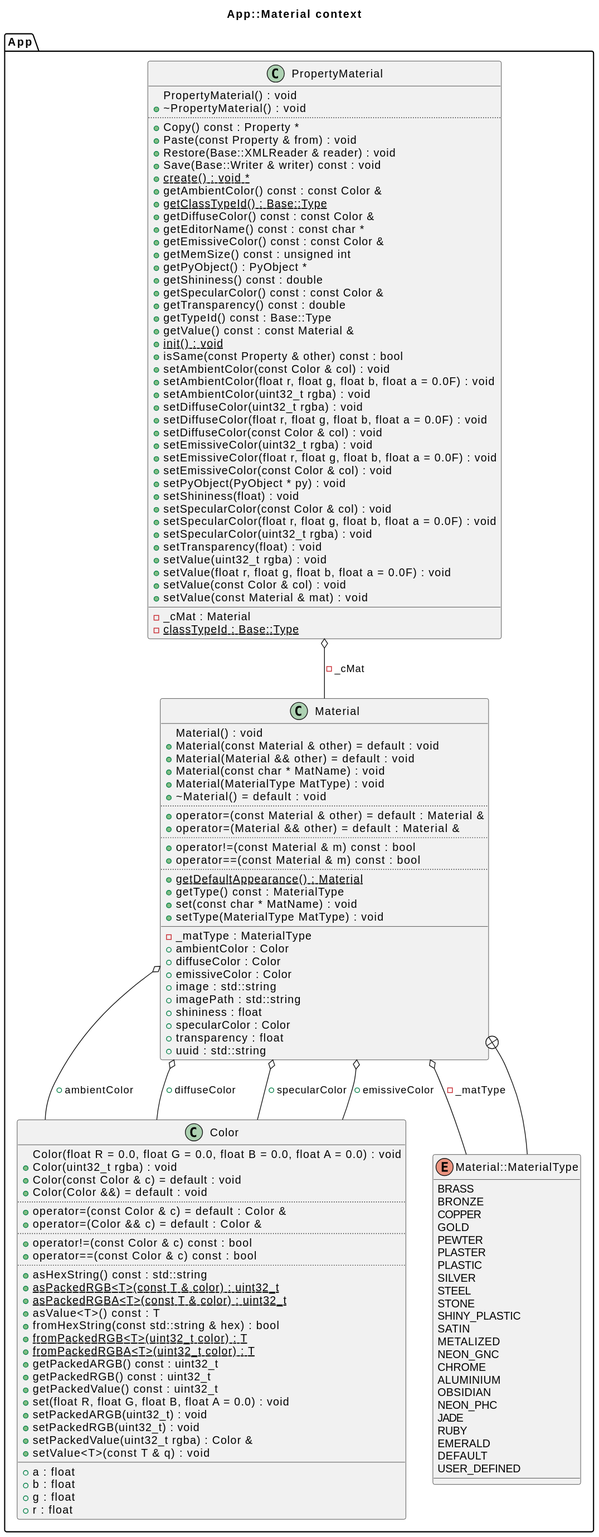
Earlier version of the PlantUML export freecad/diagrams/app_Material.svg (bkryza/clang-uml-examples). Source of this version:
```plantuml
@startuml
title App::Material context
package [App] as C_0018282610363821501524 {
class "Color" as C_0007151109991894271781
class C_0007151109991894271781 [[https://github.com/FreeCAD/FreeCAD/blob/2fcc5317fe3aee96ca73475986a577719fc78e20/src/App/Color.h#L40{Color}]] {
+Color(float R = 0.0, float G = 0.0, float B = 0.0, float A = 0.0) : void [[[https://github.com/FreeCAD/FreeCAD/blob/2fcc5317fe3aee96ca73475986a577719fc78e20/src/App/Color.h#L47{Color}]]]
+Color(uint32_t rgba) : void [[[https://github.com/FreeCAD/FreeCAD/blob/2fcc5317fe3aee96ca73475986a577719fc78e20/src/App/Color.h#L53{Color}]]]
+Color(const Color & c) = default : void [[[https://github.com/FreeCAD/FreeCAD/blob/2fcc5317fe3aee96ca73475986a577719fc78e20/src/App/Color.h#L56{Color}]]]
+Color(Color &&) = default : void [[[https://github.com/FreeCAD/FreeCAD/blob/2fcc5317fe3aee96ca73475986a577719fc78e20/src/App/Color.h#L57{Color}]]]
..
+operator=(const Color & c) = default : Color & [[[https://github.com/FreeCAD/FreeCAD/blob/2fcc5317fe3aee96ca73475986a577719fc78e20/src/App/Color.h#L67{operator=}]]]
+operator=(Color && c) = default : Color & [[[https://github.com/FreeCAD/FreeCAD/blob/2fcc5317fe3aee96ca73475986a577719fc78e20/src/App/Color.h#L68{operator=}]]]
..
+operator!=(const Color & c) const : bool [[[https://github.com/FreeCAD/FreeCAD/blob/2fcc5317fe3aee96ca73475986a577719fc78e20/src/App/Color.h#L61{operator!=}]]]
+operator==(const Color & c) const : bool [[[https://github.com/FreeCAD/FreeCAD/blob/2fcc5317fe3aee96ca73475986a577719fc78e20/src/App/Color.h#L60{operator==}]]]
..
+asHexString() const : std::string [[[https://github.com/FreeCAD/FreeCAD/blob/2fcc5317fe3aee96ca73475986a577719fc78e20/src/App/Color.h#L143{asHexString}]]]
{static} +asPackedRGB<T>(const T & color) : uint32_t
{static} +asPackedRGBA<T>(const T & color) : uint32_t
+asValue<T>() const : T
+fromHexString(const std::string & hex) : bool [[[https://github.com/FreeCAD/FreeCAD/blob/2fcc5317fe3aee96ca73475986a577719fc78e20/src/App/Color.h#L149{fromHexString}]]]
{static} +fromPackedRGB<T>(uint32_t color) : T
{static} +fromPackedRGBA<T>(uint32_t color) : T
+getPackedARGB() const : uint32_t [[[https://github.com/FreeCAD/FreeCAD/blob/2fcc5317fe3aee96ca73475986a577719fc78e20/src/App/Color.h#L94{getPackedARGB}]]]
+getPackedRGB() const : uint32_t [[[https://github.com/FreeCAD/FreeCAD/blob/2fcc5317fe3aee96ca73475986a577719fc78e20/src/App/Color.h#L86{getPackedRGB}]]]
+getPackedValue() const : uint32_t [[[https://github.com/FreeCAD/FreeCAD/blob/2fcc5317fe3aee96ca73475986a577719fc78e20/src/App/Color.h#L82{getPackedValue}]]]
+set(float R, float G, float B, float A = 0.0) : void [[[https://github.com/FreeCAD/FreeCAD/blob/2fcc5317fe3aee96ca73475986a577719fc78e20/src/App/Color.h#L66{set}]]]
+setPackedARGB(uint32_t) : void [[[https://github.com/FreeCAD/FreeCAD/blob/2fcc5317fe3aee96ca73475986a577719fc78e20/src/App/Color.h#L98{setPackedARGB}]]]
+setPackedRGB(uint32_t) : void [[[https://github.com/FreeCAD/FreeCAD/blob/2fcc5317fe3aee96ca73475986a577719fc78e20/src/App/Color.h#L90{setPackedRGB}]]]
+setPackedValue(uint32_t rgba) : Color & [[[https://github.com/FreeCAD/FreeCAD/blob/2fcc5317fe3aee96ca73475986a577719fc78e20/src/App/Color.h#L76{setPackedValue}]]]
+setValue<T>(const T & q) : void
__
+a : float [[[https://github.com/FreeCAD/FreeCAD/blob/2fcc5317fe3aee96ca73475986a577719fc78e20/src/App/Color.h#L152{a}]]]
+b : float [[[https://github.com/FreeCAD/FreeCAD/blob/2fcc5317fe3aee96ca73475986a577719fc78e20/src/App/Color.h#L152{b}]]]
+g : float [[[https://github.com/FreeCAD/FreeCAD/blob/2fcc5317fe3aee96ca73475986a577719fc78e20/src/App/Color.h#L152{g}]]]
+r : float [[[https://github.com/FreeCAD/FreeCAD/blob/2fcc5317fe3aee96ca73475986a577719fc78e20/src/App/Color.h#L152{r}]]]
}
class "Material" as C_0011932603888482871764
class C_0011932603888482871764 [[https://github.com/FreeCAD/FreeCAD/blob/2fcc5317fe3aee96ca73475986a577719fc78e20/src/App/Material.h#L34{Material}]] {
+Material() : void [[[https://github.com/FreeCAD/FreeCAD/blob/2fcc5317fe3aee96ca73475986a577719fc78e20/src/App/Material.h#L69{Material}]]]
+Material(const Material & other) = default : void [[[https://github.com/FreeCAD/FreeCAD/blob/2fcc5317fe3aee96ca73475986a577719fc78e20/src/App/Material.h#L72{Material}]]]
+Material(Material && other) = default : void [[[https://github.com/FreeCAD/FreeCAD/blob/2fcc5317fe3aee96ca73475986a577719fc78e20/src/App/Material.h#L73{Material}]]]
+Material(const char * MatName) : void [[[https://github.com/FreeCAD/FreeCAD/blob/2fcc5317fe3aee96ca73475986a577719fc78e20/src/App/Material.h#L77{Material}]]]
+Material(MaterialType MatType) : void [[[https://github.com/FreeCAD/FreeCAD/blob/2fcc5317fe3aee96ca73475986a577719fc78e20/src/App/Material.h#L80{Material}]]]
+~Material() = default : void [[[https://github.com/FreeCAD/FreeCAD/blob/2fcc5317fe3aee96ca73475986a577719fc78e20/src/App/Material.h#L70{~Material}]]]
..
+operator=(const Material & other) = default : Material & [[[https://github.com/FreeCAD/FreeCAD/blob/2fcc5317fe3aee96ca73475986a577719fc78e20/src/App/Material.h#L159{operator=}]]]
+operator=(Material && other) = default : Material & [[[https://github.com/FreeCAD/FreeCAD/blob/2fcc5317fe3aee96ca73475986a577719fc78e20/src/App/Material.h#L160{operator=}]]]
..
+operator!=(const Material & m) const : bool [[[https://github.com/FreeCAD/FreeCAD/blob/2fcc5317fe3aee96ca73475986a577719fc78e20/src/App/Material.h#L155{operator!=}]]]
+operator==(const Material & m) const : bool [[[https://github.com/FreeCAD/FreeCAD/blob/2fcc5317fe3aee96ca73475986a577719fc78e20/src/App/Material.h#L140{operator==}]]]
..
{static} +getDefaultAppearance() : Material [[[https://github.com/FreeCAD/FreeCAD/blob/2fcc5317fe3aee96ca73475986a577719fc78e20/src/App/Material.h#L162{getDefaultAppearance}]]]
+getType() const : MaterialType [[[https://github.com/FreeCAD/FreeCAD/blob/2fcc5317fe3aee96ca73475986a577719fc78e20/src/App/Material.h#L120{getType}]]]
+set(const char * MatName) : void [[[https://github.com/FreeCAD/FreeCAD/blob/2fcc5317fe3aee96ca73475986a577719fc78e20/src/App/Material.h#L111{set}]]]
+setType(MaterialType MatType) : void [[[https://github.com/FreeCAD/FreeCAD/blob/2fcc5317fe3aee96ca73475986a577719fc78e20/src/App/Material.h#L116{setType}]]]
__
-_matType : MaterialType [[[https://github.com/FreeCAD/FreeCAD/blob/2fcc5317fe3aee96ca73475986a577719fc78e20/src/App/Material.h#L165{_matType}]]]
+ambientColor : Color [[[https://github.com/FreeCAD/FreeCAD/blob/2fcc5317fe3aee96ca73475986a577719fc78e20/src/App/Material.h#L128{ambientColor}]]]
+diffuseColor : Color [[[https://github.com/FreeCAD/FreeCAD/blob/2fcc5317fe3aee96ca73475986a577719fc78e20/src/App/Material.h#L129{diffuseColor}]]]
+emissiveColor : Color [[[https://github.com/FreeCAD/FreeCAD/blob/2fcc5317fe3aee96ca73475986a577719fc78e20/src/App/Material.h#L131{emissiveColor}]]]
+image : std::string [[[https://github.com/FreeCAD/FreeCAD/blob/2fcc5317fe3aee96ca73475986a577719fc78e20/src/App/Material.h#L134{image}]]]
+imagePath : std::string [[[https://github.com/FreeCAD/FreeCAD/blob/2fcc5317fe3aee96ca73475986a577719fc78e20/src/App/Material.h#L135{imagePath}]]]
+shininess : float [[[https://github.com/FreeCAD/FreeCAD/blob/2fcc5317fe3aee96ca73475986a577719fc78e20/src/App/Material.h#L132{shininess}]]]
+specularColor : Color [[[https://github.com/FreeCAD/FreeCAD/blob/2fcc5317fe3aee96ca73475986a577719fc78e20/src/App/Material.h#L130{specularColor}]]]
+transparency : float [[[https://github.com/FreeCAD/FreeCAD/blob/2fcc5317fe3aee96ca73475986a577719fc78e20/src/App/Material.h#L133{transparency}]]]
+uuid : std::string [[[https://github.com/FreeCAD/FreeCAD/blob/2fcc5317fe3aee96ca73475986a577719fc78e20/src/App/Material.h#L136{uuid}]]]
}
enum "Material::MaterialType" as C_0014576806863920019546
enum C_0014576806863920019546 [[https://github.com/FreeCAD/FreeCAD/blob/2fcc5317fe3aee96ca73475986a577719fc78e20/src/App/Material.h#L37{Material::MaterialType}]] {
BRASS
BRONZE
COPPER
GOLD
PEWTER
PLASTER
PLASTIC
SILVER
STEEL
STONE
SHINY_PLASTIC
SATIN
METALIZED
NEON_GNC
CHROME
ALUMINIUM
OBSIDIAN
NEON_PHC
JADE
RUBY
EMERALD
DEFAULT
USER_DEFINED
}
class "PropertyMaterial" as C_0006865239829155458824
class C_0006865239829155458824 [[https://github.com/FreeCAD/FreeCAD/blob/2fcc5317fe3aee96ca73475986a577719fc78e20/src/App/PropertyStandard.h#L1020{PropertyMaterial}]] {
+PropertyMaterial() : void [[[https://github.com/FreeCAD/FreeCAD/blob/2fcc5317fe3aee96ca73475986a577719fc78e20/src/App/PropertyStandard.h#L1029{PropertyMaterial}]]]
+~PropertyMaterial() : void [[[https://github.com/FreeCAD/FreeCAD/blob/2fcc5317fe3aee96ca73475986a577719fc78e20/src/App/PropertyStandard.h#L1035{~PropertyMaterial}]]]
..
+Copy() const : Property * [[[https://github.com/FreeCAD/FreeCAD/blob/2fcc5317fe3aee96ca73475986a577719fc78e20/src/App/PropertyStandard.h#L1076{Copy}]]]
+Paste(const Property & from) : void [[[https://github.com/FreeCAD/FreeCAD/blob/2fcc5317fe3aee96ca73475986a577719fc78e20/src/App/PropertyStandard.h#L1077{Paste}]]]
+Restore(Base::XMLReader & reader) : void [[[https://github.com/FreeCAD/FreeCAD/blob/2fcc5317fe3aee96ca73475986a577719fc78e20/src/App/PropertyStandard.h#L1072{Restore}]]]
+Save(Base::Writer & writer) const : void [[[https://github.com/FreeCAD/FreeCAD/blob/2fcc5317fe3aee96ca73475986a577719fc78e20/src/App/PropertyStandard.h#L1071{Save}]]]
{static} +create() : void * [[[https://github.com/FreeCAD/FreeCAD/blob/2fcc5317fe3aee96ca73475986a577719fc78e20/src/Base/BaseClass.h#L52{create}]]]
+getAmbientColor() const : const Color & [[[https://github.com/FreeCAD/FreeCAD/blob/2fcc5317fe3aee96ca73475986a577719fc78e20/src/App/PropertyStandard.h#L1061{getAmbientColor}]]]
{static} +getClassTypeId() : Base::Type [[[https://github.com/FreeCAD/FreeCAD/blob/2fcc5317fe3aee96ca73475986a577719fc78e20/src/Base/BaseClass.h#L49{getClassTypeId}]]]
+getDiffuseColor() const : const Color & [[[https://github.com/FreeCAD/FreeCAD/blob/2fcc5317fe3aee96ca73475986a577719fc78e20/src/App/PropertyStandard.h#L1062{getDiffuseColor}]]]
+getEditorName() const : const char * [[[https://github.com/FreeCAD/FreeCAD/blob/2fcc5317fe3aee96ca73475986a577719fc78e20/src/App/PropertyStandard.h#L1074{getEditorName}]]]
+getEmissiveColor() const : const Color & [[[https://github.com/FreeCAD/FreeCAD/blob/2fcc5317fe3aee96ca73475986a577719fc78e20/src/App/PropertyStandard.h#L1064{getEmissiveColor}]]]
+getMemSize() const : unsigned int [[[https://github.com/FreeCAD/FreeCAD/blob/2fcc5317fe3aee96ca73475986a577719fc78e20/src/App/PropertyStandard.h#L1079{getMemSize}]]]
+getPyObject() : PyObject * [[[https://github.com/FreeCAD/FreeCAD/blob/2fcc5317fe3aee96ca73475986a577719fc78e20/src/App/PropertyStandard.h#L1068{getPyObject}]]]
+getShininess() const : double [[[https://github.com/FreeCAD/FreeCAD/blob/2fcc5317fe3aee96ca73475986a577719fc78e20/src/App/PropertyStandard.h#L1065{getShininess}]]]
+getSpecularColor() const : const Color & [[[https://github.com/FreeCAD/FreeCAD/blob/2fcc5317fe3aee96ca73475986a577719fc78e20/src/App/PropertyStandard.h#L1063{getSpecularColor}]]]
+getTransparency() const : double [[[https://github.com/FreeCAD/FreeCAD/blob/2fcc5317fe3aee96ca73475986a577719fc78e20/src/App/PropertyStandard.h#L1066{getTransparency}]]]
+getTypeId() const : Base::Type [[[https://github.com/FreeCAD/FreeCAD/blob/2fcc5317fe3aee96ca73475986a577719fc78e20/src/Base/BaseClass.h#L50{getTypeId}]]]
+getValue() const : const Material & [[[https://github.com/FreeCAD/FreeCAD/blob/2fcc5317fe3aee96ca73475986a577719fc78e20/src/App/PropertyStandard.h#L1060{getValue}]]]
{static} +init() : void [[[https://github.com/FreeCAD/FreeCAD/blob/2fcc5317fe3aee96ca73475986a577719fc78e20/src/Base/BaseClass.h#L51{init}]]]
+isSame(const Property & other) const : bool [[[https://github.com/FreeCAD/FreeCAD/blob/2fcc5317fe3aee96ca73475986a577719fc78e20/src/App/PropertyStandard.h#L1084{isSame}]]]
+setAmbientColor(const Color & col) : void [[[https://github.com/FreeCAD/FreeCAD/blob/2fcc5317fe3aee96ca73475986a577719fc78e20/src/App/PropertyStandard.h#L1043{setAmbientColor}]]]
+setAmbientColor(float r, float g, float b, float a = 0.0F) : void [[[https://github.com/FreeCAD/FreeCAD/blob/2fcc5317fe3aee96ca73475986a577719fc78e20/src/App/PropertyStandard.h#L1044{setAmbientColor}]]]
+setAmbientColor(uint32_t rgba) : void [[[https://github.com/FreeCAD/FreeCAD/blob/2fcc5317fe3aee96ca73475986a577719fc78e20/src/App/PropertyStandard.h#L1045{setAmbientColor}]]]
+setDiffuseColor(uint32_t rgba) : void [[[https://github.com/FreeCAD/FreeCAD/blob/2fcc5317fe3aee96ca73475986a577719fc78e20/src/App/PropertyStandard.h#L1048{setDiffuseColor}]]]
+setDiffuseColor(float r, float g, float b, float a = 0.0F) : void [[[https://github.com/FreeCAD/FreeCAD/blob/2fcc5317fe3aee96ca73475986a577719fc78e20/src/App/PropertyStandard.h#L1047{setDiffuseColor}]]]
+setDiffuseColor(const Color & col) : void [[[https://github.com/FreeCAD/FreeCAD/blob/2fcc5317fe3aee96ca73475986a577719fc78e20/src/App/PropertyStandard.h#L1046{setDiffuseColor}]]]
+setEmissiveColor(uint32_t rgba) : void [[[https://github.com/FreeCAD/FreeCAD/blob/2fcc5317fe3aee96ca73475986a577719fc78e20/src/App/PropertyStandard.h#L1054{setEmissiveColor}]]]
+setEmissiveColor(float r, float g, float b, float a = 0.0F) : void [[[https://github.com/FreeCAD/FreeCAD/blob/2fcc5317fe3aee96ca73475986a577719fc78e20/src/App/PropertyStandard.h#L1053{setEmissiveColor}]]]
+setEmissiveColor(const Color & col) : void [[[https://github.com/FreeCAD/FreeCAD/blob/2fcc5317fe3aee96ca73475986a577719fc78e20/src/App/PropertyStandard.h#L1052{setEmissiveColor}]]]
+setPyObject(PyObject * py) : void [[[https://github.com/FreeCAD/FreeCAD/blob/2fcc5317fe3aee96ca73475986a577719fc78e20/src/App/PropertyStandard.h#L1069{setPyObject}]]]
+setShininess(float) : void [[[https://github.com/FreeCAD/FreeCAD/blob/2fcc5317fe3aee96ca73475986a577719fc78e20/src/App/PropertyStandard.h#L1055{setShininess}]]]
+setSpecularColor(const Color & col) : void [[[https://github.com/FreeCAD/FreeCAD/blob/2fcc5317fe3aee96ca73475986a577719fc78e20/src/App/PropertyStandard.h#L1049{setSpecularColor}]]]
+setSpecularColor(float r, float g, float b, float a = 0.0F) : void [[[https://github.com/FreeCAD/FreeCAD/blob/2fcc5317fe3aee96ca73475986a577719fc78e20/src/App/PropertyStandard.h#L1050{setSpecularColor}]]]
+setSpecularColor(uint32_t rgba) : void [[[https://github.com/FreeCAD/FreeCAD/blob/2fcc5317fe3aee96ca73475986a577719fc78e20/src/App/PropertyStandard.h#L1051{setSpecularColor}]]]
+setTransparency(float) : void [[[https://github.com/FreeCAD/FreeCAD/blob/2fcc5317fe3aee96ca73475986a577719fc78e20/src/App/PropertyStandard.h#L1056{setTransparency}]]]
+setValue(uint32_t rgba) : void [[[https://github.com/FreeCAD/FreeCAD/blob/2fcc5317fe3aee96ca73475986a577719fc78e20/src/App/PropertyStandard.h#L1042{setValue}]]]
+setValue(float r, float g, float b, float a = 0.0F) : void [[[https://github.com/FreeCAD/FreeCAD/blob/2fcc5317fe3aee96ca73475986a577719fc78e20/src/App/PropertyStandard.h#L1041{setValue}]]]
+setValue(const Color & col) : void [[[https://github.com/FreeCAD/FreeCAD/blob/2fcc5317fe3aee96ca73475986a577719fc78e20/src/App/PropertyStandard.h#L1040{setValue}]]]
+setValue(const Material & mat) : void [[[https://github.com/FreeCAD/FreeCAD/blob/2fcc5317fe3aee96ca73475986a577719fc78e20/src/App/PropertyStandard.h#L1039{setValue}]]]
__
-_cMat : Material [[[https://github.com/FreeCAD/FreeCAD/blob/2fcc5317fe3aee96ca73475986a577719fc78e20/src/App/PropertyStandard.h#L1094{_cMat}]]]
{static} -classTypeId : Base::Type [[[https://github.com/FreeCAD/FreeCAD/blob/2fcc5317fe3aee96ca73475986a577719fc78e20/src/Base/BaseClass.h#L55{classTypeId}]]]
}
}
C_0011932603888482871764 o-- C_0007151109991894271781 [[https://github.com/FreeCAD/FreeCAD/blob/2fcc5317fe3aee96ca73475986a577719fc78e20/src/App/Material.h#L128{ambientColor}]] : +ambientColor
C_0011932603888482871764 o-- C_0007151109991894271781 [[https://github.com/FreeCAD/FreeCAD/blob/2fcc5317fe3aee96ca73475986a577719fc78e20/src/App/Material.h#L129{diffuseColor}]] : +diffuseColor
C_0011932603888482871764 o-- C_0007151109991894271781 [[https://github.com/FreeCAD/FreeCAD/blob/2fcc5317fe3aee96ca73475986a577719fc78e20/src/App/Material.h#L130{specularColor}]] : +specularColor
C_0011932603888482871764 o-- C_0007151109991894271781 [[https://github.com/FreeCAD/FreeCAD/blob/2fcc5317fe3aee96ca73475986a577719fc78e20/src/App/Material.h#L131{emissiveColor}]] : +emissiveColor
C_0011932603888482871764 o-- C_0014576806863920019546 [[https://github.com/FreeCAD/FreeCAD/blob/2fcc5317fe3aee96ca73475986a577719fc78e20/src/App/Material.h#L165{_matType}]] : -_matType
C_0014576806863920019546 --+ C_0011932603888482871764
C_0006865239829155458824 o-- C_0011932603888482871764 [[https://github.com/FreeCAD/FreeCAD/blob/2fcc5317fe3aee96ca73475986a577719fc78e20/src/App/PropertyStandard.h#L1094{_cMat}]] : -_cMat

@enduml
```
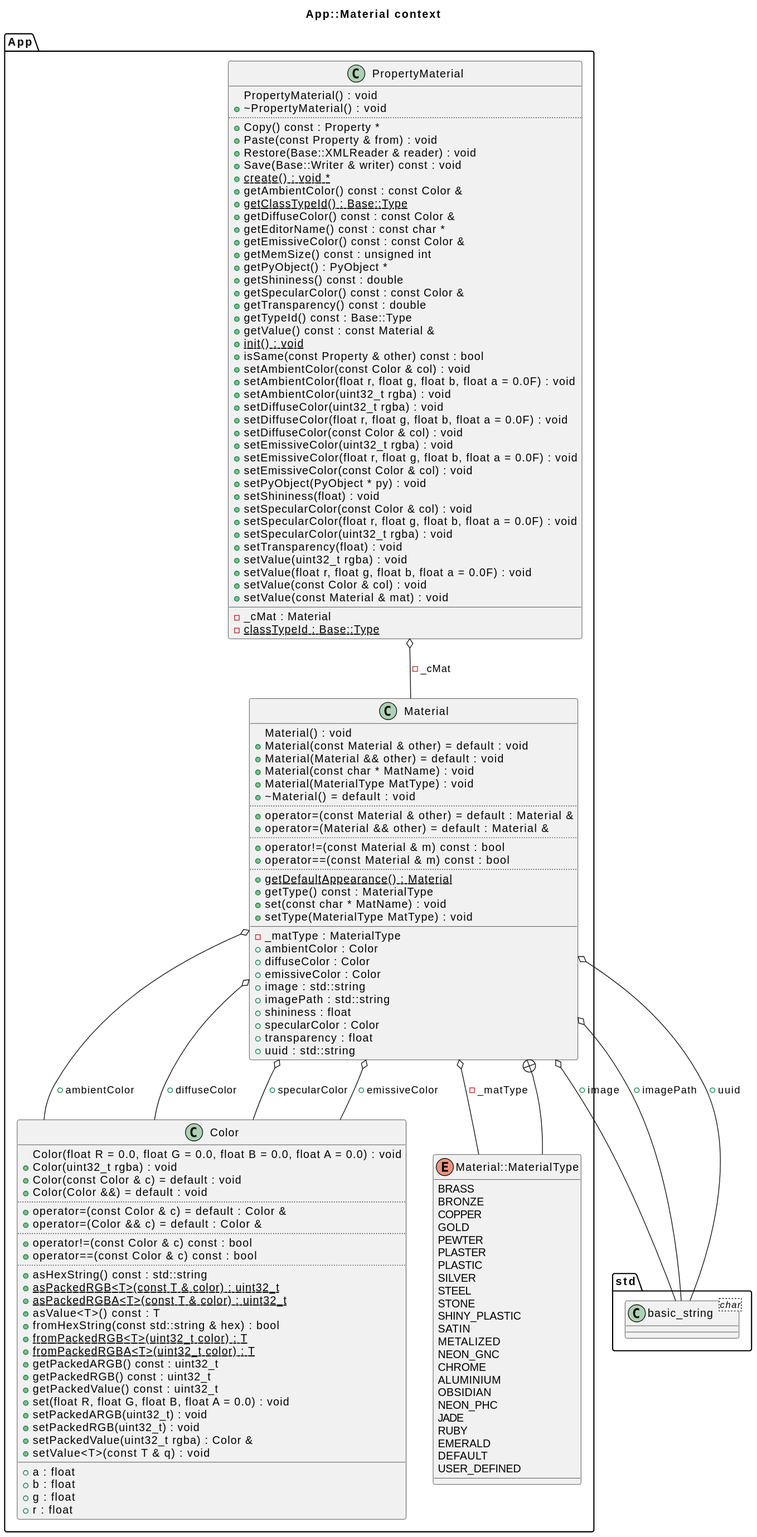
After the commit.

The edit, as a diff of the source:
```diff
@@ -1,5 +1,11 @@
 @startuml
 title App::Material context
+package [std] as C_0009971158671206323968 {
+class "basic_string<char>" as C_0001275076681856179721
+class C_0001275076681856179721 [[https://github.com/FreeCAD/FreeCAD/blob/2fcc5317fe3aee96ca73475986a577719fc78e20/src/Base/Type.h#L133{basic_string}]] {
+__
+}
+}
 package [App] as C_0018282610363821501524 {
 class "Color" as C_0007151109991894271781
 class C_0007151109991894271781 [[https://github.com/FreeCAD/FreeCAD/blob/2fcc5317fe3aee96ca73475986a577719fc78e20/src/App/Color.h#L40{Color}]] {
@@ -144,6 +150,9 @@
 C_0011932603888482871764 o-- C_0007151109991894271781 [[https://github.com/FreeCAD/FreeCAD/blob/2fcc5317fe3aee96ca73475986a577719fc78e20/src/App/Material.h#L129{diffuseColor}]] : +diffuseColor
 C_0011932603888482871764 o-- C_0007151109991894271781 [[https://github.com/FreeCAD/FreeCAD/blob/2fcc5317fe3aee96ca73475986a577719fc78e20/src/App/Material.h#L130{specularColor}]] : +specularColor
 C_0011932603888482871764 o-- C_0007151109991894271781 [[https://github.com/FreeCAD/FreeCAD/blob/2fcc5317fe3aee96ca73475986a577719fc78e20/src/App/Material.h#L131{emissiveColor}]] : +emissiveColor
+C_0011932603888482871764 o-- C_0001275076681856179721 [[https://github.com/FreeCAD/FreeCAD/blob/2fcc5317fe3aee96ca73475986a577719fc78e20/src/App/Material.h#L134{image}]] : +image
+C_0011932603888482871764 o-- C_0001275076681856179721 [[https://github.com/FreeCAD/FreeCAD/blob/2fcc5317fe3aee96ca73475986a577719fc78e20/src/App/Material.h#L135{imagePath}]] : +imagePath
+C_0011932603888482871764 o-- C_0001275076681856179721 [[https://github.com/FreeCAD/FreeCAD/blob/2fcc5317fe3aee96ca73475986a577719fc78e20/src/App/Material.h#L136{uuid}]] : +uuid
 C_0011932603888482871764 o-- C_0014576806863920019546 [[https://github.com/FreeCAD/FreeCAD/blob/2fcc5317fe3aee96ca73475986a577719fc78e20/src/App/Material.h#L165{_matType}]] : -_matType
 C_0014576806863920019546 --+ C_0011932603888482871764
 C_0006865239829155458824 o-- C_0011932603888482871764 [[https://github.com/FreeCAD/FreeCAD/blob/2fcc5317fe3aee96ca73475986a577719fc78e20/src/App/PropertyStandard.h#L1094{_cMat}]] : -_cMat
```
